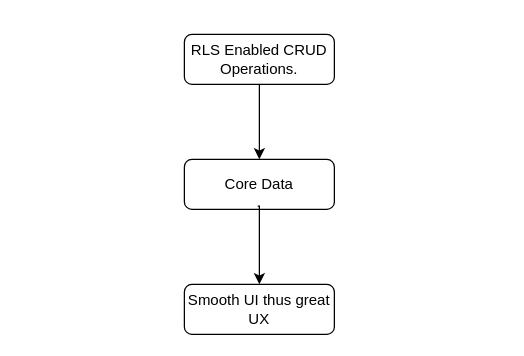
Earlier version of the draw.io diagram Untitled Diagram.drawio (katlehoribisi/nextjs-blog). Source tidied: cells renumbered, new cells numbered last; positions are measured from the earlier drawing's top-left corner, leaving out a move shared by most shapes. Both pictures are drawn from the tidied source at 125%, with x=0, y=0 at pixel (184, 34).
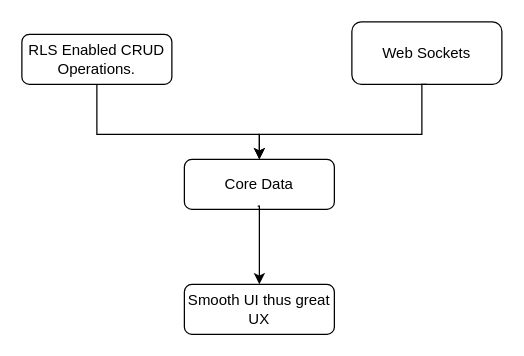
After the change.

Diff of the diagram source:
```diff
@@
 <mxGraphModel>
   <root>
     <mxCell id="0" />
     <mxCell id="1" parent="0" />
     <mxCell id="2" value="RLS Enabled CRUD Operations." style="rounded=1;whiteSpace=wrap;html=1;fontSize=12;glass=0;strokeWidth=1;shadow=0;" parent="1" vertex="1">
-      <mxGeometry width="120" height="40" as="geometry" />
+      <mxGeometry x="-130" width="120" height="40" as="geometry" />
     </mxCell>
     <mxCell id="3" style="edgeStyle=orthogonalEdgeStyle;rounded=0;jettySize=auto;html=1;entryX=0.5;entryY=0;entryDx=0;entryDy=0;exitX=0.5;exitY=1;exitDx=0;exitDy=0;" parent="1" edge="1" source="2" target="4">
-      <mxGeometry relative="1" as="geometry" />
+      <mxGeometry relative="1" as="geometry">
+        <Array as="points">
+          <mxPoint x="-70" y="80" />
+          <mxPoint x="60" y="80" />
+        </Array>
+      </mxGeometry>
     </mxCell>
     <mxCell id="4" value="Core Data" style="rounded=1;whiteSpace=wrap;html=1;fontSize=12;glass=0;strokeWidth=1;shadow=0;" parent="1" vertex="1">
       <mxGeometry y="100" width="120" height="40" as="geometry" />
     </mxCell>
     <mxCell id="5" value="Smooth UI thus great UX" style="rounded=1;whiteSpace=wrap;html=1;fontSize=12;glass=0;strokeWidth=1;shadow=0;" parent="1" vertex="1">
       <mxGeometry y="200" width="120" height="40" as="geometry" />
     </mxCell>
     <mxCell id="6" style="edgeStyle=orthogonalEdgeStyle;rounded=0;jettySize=auto;html=1;exitX=0.489;exitY=0.936;exitDx=0;exitDy=0;exitPerimeter=0;entryX=0.5;entryY=0;entryDx=0;entryDy=0;" parent="1" edge="1" source="4" target="5">
       <mxGeometry relative="1" as="geometry">
         <Array as="points">
           <mxPoint x="60" y="137" />
         </Array>
       </mxGeometry>
     </mxCell>
+    <mxCell id="7" value="Web Sockets" style="rounded=1;whiteSpace=wrap;html=1;" parent="1" vertex="1">
+      <mxGeometry x="134" y="-10" width="120" height="50" as="geometry" />
+    </mxCell>
+    <mxCell id="8" style="edgeStyle=orthogonalEdgeStyle;rounded=0;jettySize=auto;html=1;entryX=0.5;entryY=0;entryDx=0;entryDy=0;exitX=0.5;exitY=1;exitDx=0;exitDy=0;" parent="1" edge="1" source="7" target="4">
+      <mxGeometry relative="1" as="geometry">
+        <Array as="points">
+          <mxPoint x="190" y="80" />
+          <mxPoint x="60" y="80" />
+        </Array>
+      </mxGeometry>
+    </mxCell>
   </root>
 </mxGraphModel>
```
